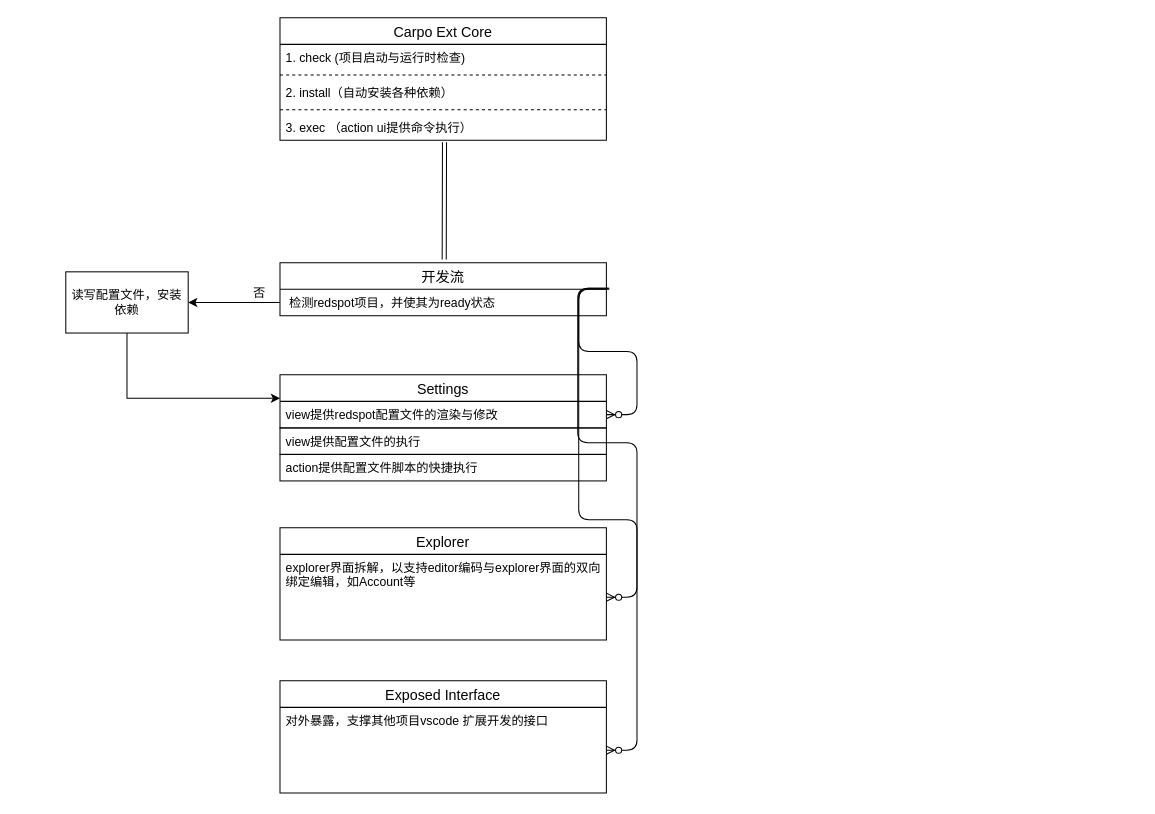
The draw.io diagram carpo.drawio in xsteadybcgo/notes, before the edit. Source tidied: cells renumbered, new cells numbered last; positions are measured from the earlier drawing's top-left corner, leaving out a move shared by most shapes. Both pictures are drawn from the tidied source at 102%, with x=0, y=0 at pixel (65, 17).
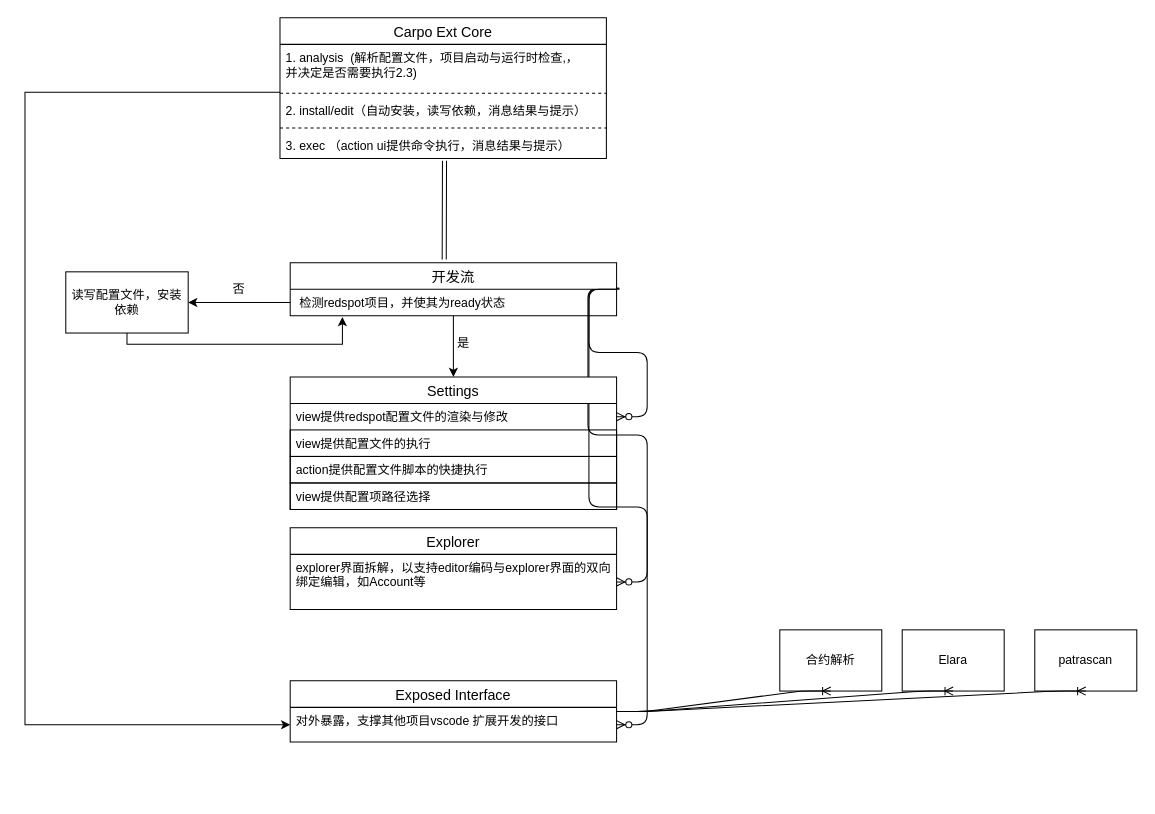
The same page after the edit.

The change refers to these unchanged cells:
```xml
<mxCell id="14" value="读写配置文件，安装依赖" style="rounded=0;whiteSpace=wrap;html=1;gradientColor=#ffffff;" parent="1" vertex="1">
  <mxGeometry y="249" width="120" height="60" as="geometry" />
</mxCell>
<mxCell id="16" value="view提供redspot配置文件的渲染与修改" style="text;strokeColor=none;fillColor=none;spacingLeft=4;spacingRight=4;overflow=hidden;points=[[0,0.5],[1,0.5]];portConstraint=eastwest;fontSize=12;" parent="15" vertex="1">
  <mxGeometry y="26" width="320" height="26" as="geometry" />
</mxCell>
```

What changed in the source:
```diff
@@
     <mxCell id="3" value="Carpo Ext Core" style="swimlane;fontStyle=0;horizontal=1;startSize=26;align=center;fontSize=14;" parent="1" vertex="1">
-      <mxGeometry x="210" width="320" height="120" as="geometry" />
+      <mxGeometry x="210" width="320" height="138" as="geometry" />
     </mxCell>
-    <mxCell id="4" value="1. check (项目启动与运行时检查)" style="text;strokeColor=none;fillColor=none;spacingLeft=4;spacingRight=4;overflow=hidden;fontSize=12;" parent="3" vertex="1">
-      <mxGeometry y="26" width="320" height="26" as="geometry" />
+    <mxCell id="4" value="1. analysis  (解析配置文件，项目启动与运行时检查,，&#10;并决定是否需要执行2.3)" style="text;strokeColor=none;fillColor=none;spacingLeft=4;spacingRight=4;overflow=hidden;fontSize=12;" parent="3" vertex="1">
+      <mxGeometry y="26" width="320" height="44" as="geometry" />
     </mxCell>
     <mxCell id="5" style="line;strokeWidth=1;fillColor=none;align=left;verticalAlign=middle;spacingTop=-1;spacingLeft=3;spacingRight=3;labelPosition=right;fontSize=12;dashed=1;" parent="3" vertex="1">
-      <mxGeometry y="52" width="320" height="8" as="geometry" />
+      <mxGeometry y="70" width="320" height="8" as="geometry" />
     </mxCell>
-    <mxCell id="6" value="2. install（自动安装各种依赖）" style="text;strokeColor=none;fillColor=none;spacingLeft=4;spacingRight=4;overflow=hidden;fontSize=12;" parent="3" vertex="1">
-      <mxGeometry y="60" width="320" height="26" as="geometry" />
+    <mxCell id="6" value="2. install/edit（自动安装，读写依赖，消息结果与提示）" style="text;strokeColor=none;fillColor=none;spacingLeft=4;spacingRight=4;overflow=hidden;fontSize=12;" parent="3" vertex="1">
+      <mxGeometry y="78" width="320" height="26" as="geometry" />
     </mxCell>
     <mxCell id="7" style="line;strokeWidth=1;fillColor=none;align=left;verticalAlign=middle;spacingTop=-1;spacingLeft=3;spacingRight=3;labelPosition=right;fontSize=12;dashed=1;" parent="3" vertex="1">
-      <mxGeometry y="86" width="320" height="8" as="geometry" />
+      <mxGeometry y="104" width="320" height="8" as="geometry" />
     </mxCell>
-    <mxCell id="8" value="3. exec （action ui提供命令执行）" style="text;strokeColor=none;fillColor=none;spacingLeft=4;spacingRight=4;overflow=hidden;points=[[0,0.5],[1,0.5]];portConstraint=eastwest;fontSize=12;" parent="3" vertex="1">
-      <mxGeometry y="94" width="320" height="26" as="geometry" />
+    <mxCell id="8" value="3. exec （action ui提供命令执行，消息结果与提示）" style="text;strokeColor=none;fillColor=none;spacingLeft=4;spacingRight=4;overflow=hidden;points=[[0,0.5],[1,0.5]];portConstraint=eastwest;fontSize=12;" parent="3" vertex="1">
+      <mxGeometry y="112" width="320" height="26" as="geometry" />
     </mxCell>
-    <mxCell id="9" value="开发流" style="swimlane;fontStyle=0;horizontal=1;startSize=26;align=center;fontSize=14;" parent="1" vertex="1">
-      <mxGeometry x="210" y="240" width="320" height="52" as="geometry" />
-    </mxCell>
-    <mxCell id="10" value=" 检测redspot项目，并使其为ready状态" style="text;strokeColor=none;fillColor=none;spacingLeft=4;spacingRight=4;overflow=hidden;points=[[0,0.5],[1,0.5]];portConstraint=eastwest;fontSize=12;" parent="9" vertex="1">
-      <mxGeometry y="26" width="320" height="26" as="geometry" />
-    </mxCell>
@@
     <mxCell id="12" value="否" style="text;html=1;strokeColor=none;fillColor=none;align=center;verticalAlign=middle;whiteSpace=wrap;rounded=0;" parent="1" vertex="1">
-      <mxGeometry x="170" y="260" width="40" height="20" as="geometry" />
+      <mxGeometry x="150" y="256" width="40" height="20" as="geometry" />
     </mxCell>
-    <mxCell id="13" style="edgeStyle=orthogonalEdgeStyle;rounded=0;jettySize=auto;html=1;entryX=0;entryY=0.5;entryDx=0;entryDy=0;" parent="1" edge="1" source="14">
+    <mxCell id="13" style="edgeStyle=orthogonalEdgeStyle;rounded=0;jettySize=auto;html=1;entryX=0.16;entryY=1.051;entryDx=0;entryDy=0;entryPerimeter=0;" parent="1" edge="1" source="14" target="10">
       <mxGeometry relative="1" as="geometry">
-        <mxPoint x="210" y="373" as="targetPoint" />
         <Array as="points">
-          <mxPoint x="60" y="373" />
+          <mxPoint x="60" y="320" />
+          <mxPoint x="271" y="320" />
         </Array>
       </mxGeometry>
     </mxCell>
@@
+    <mxCell id="21" style="edgeStyle=entityRelationEdgeStyle;fontSize=12;html=1;endArrow=ERzeroToMany;endFill=1;exitX=1.009;exitY=-0.038;exitDx=0;exitDy=0;exitPerimeter=0;" parent="1" edge="1" source="10" target="16">
+      <mxGeometry relative="1" as="geometry" />
+    </mxCell>
+    <mxCell id="22" style="edgeStyle=entityRelationEdgeStyle;fontSize=12;html=1;endArrow=ERzeroToMany;endFill=1;exitX=1.006;exitY=-0.038;exitDx=0;exitDy=0;exitPerimeter=0;" parent="1" edge="1" source="10" target="20">
+      <mxGeometry relative="1" as="geometry" />
+    </mxCell>
+    <mxCell id="9" value="开发流" style="swimlane;fontStyle=0;horizontal=1;startSize=26;align=center;fontSize=14;" parent="1" vertex="1">
+      <mxGeometry x="220" y="240" width="320" height="52" as="geometry" />
+    </mxCell>
+    <mxCell id="10" value=" 检测redspot项目，并使其为ready状态" style="text;strokeColor=none;fillColor=none;spacingLeft=4;spacingRight=4;overflow=hidden;points=[[0,0.5],[1,0.5]];portConstraint=eastwest;fontSize=12;" parent="9" vertex="1">
+      <mxGeometry y="26" width="320" height="26" as="geometry" />
+    </mxCell>
+    <mxCell id="25" style="edgeStyle=entityRelationEdgeStyle;fontSize=12;html=1;endArrow=ERzeroToMany;endFill=1;exitX=1.009;exitY=0;exitDx=0;exitDy=0;exitPerimeter=0;" parent="1" edge="1" source="10" target="24">
+      <mxGeometry relative="1" as="geometry" />
+    </mxCell>
+    <mxCell id="26" value="patrascan" style="whiteSpace=wrap;html=1;align=center;verticalAlign=middle;newEdgeStyle={&quot;edgeStyle&quot;:&quot;elbowEdgeStyle&quot;,&quot;startArrow&quot;:&quot;none&quot;,&quot;endArrow&quot;:&quot;none&quot;};" parent="1" vertex="1">
+      <mxGeometry x="950" y="600" width="100" height="60" as="geometry" />
+    </mxCell>
+    <mxCell id="27" value="合约解析" style="whiteSpace=wrap;html=1;align=center;verticalAlign=middle;newEdgeStyle={&quot;edgeStyle&quot;:&quot;elbowEdgeStyle&quot;,&quot;startArrow&quot;:&quot;none&quot;,&quot;endArrow&quot;:&quot;none&quot;};" parent="1" vertex="1" collapsed="1">
+      <mxGeometry x="700" y="600" width="100" height="60" as="geometry" />
+    </mxCell>
+    <mxCell id="28" value="Elara" style="whiteSpace=wrap;html=1;align=center;verticalAlign=middle;newEdgeStyle={&quot;edgeStyle&quot;:&quot;elbowEdgeStyle&quot;,&quot;startArrow&quot;:&quot;none&quot;,&quot;endArrow&quot;:&quot;none&quot;};" parent="1" vertex="1">
+      <mxGeometry x="820" y="600" width="100" height="60" as="geometry" />
+    </mxCell>
+    <mxCell id="29" style="endArrow=classic;html=1;entryX=0.5;entryY=0;entryDx=0;entryDy=0;exitX=0.5;exitY=1;exitDx=0;exitDy=0;" parent="1" edge="1" source="9" target="15">
+      <mxGeometry relative="1" as="geometry" />
+    </mxCell>
+    <mxCell id="30" value="是" style="text;html=1;strokeColor=none;fillColor=none;align=center;verticalAlign=middle;whiteSpace=wrap;rounded=0;" parent="1" vertex="1">
+      <mxGeometry x="370" y="309" width="40" height="20" as="geometry" />
+    </mxCell>
+    <mxCell id="31" style="edgeStyle=orthogonalEdgeStyle;rounded=0;jettySize=auto;html=1;entryX=0;entryY=0.5;entryDx=0;entryDy=0;" parent="1" edge="1" source="3" target="24">
+      <mxGeometry relative="1" as="geometry">
+        <Array as="points">
+          <mxPoint x="-40" y="73" />
+          <mxPoint x="-40" y="693" />
+        </Array>
+      </mxGeometry>
+    </mxCell>
     <mxCell id="15" value="Settings" style="swimlane;fontStyle=0;horizontal=1;startSize=26;align=center;fontSize=14;" parent="1" vertex="1">
-      <mxGeometry x="210" y="350" width="320" height="52" as="geometry" />
+      <mxGeometry x="220" y="352" width="320" height="130" as="geometry" />
     </mxCell>
@@
-    <mxCell id="17" value="view提供配置文件的执行" style="text;strokeColor=#000000;fillColor=none;spacingLeft=4;spacingRight=4;overflow=hidden;fontSize=12;" parent="1" vertex="1">
-      <mxGeometry x="210" y="402" width="320" height="26" as="geometry" />
+    <mxCell id="17" value="view提供配置文件的执行" style="text;strokeColor=#000000;fillColor=none;spacingLeft=4;spacingRight=4;overflow=hidden;fontSize=12;" parent="15" vertex="1">
+      <mxGeometry y="52" width="320" height="26" as="geometry" />
     </mxCell>
-    <mxCell id="18" value="action提供配置文件脚本的快捷执行" style="text;strokeColor=#000000;fillColor=none;spacingLeft=4;spacingRight=4;overflow=hidden;fontSize=12;" parent="1" vertex="1">
-      <mxGeometry x="210" y="428" width="320" height="26" as="geometry" />
+    <mxCell id="18" value="action提供配置文件脚本的快捷执行" style="text;strokeColor=#000000;fillColor=none;spacingLeft=4;spacingRight=4;overflow=hidden;fontSize=12;" parent="15" vertex="1">
+      <mxGeometry y="78" width="320" height="26" as="geometry" />
     </mxCell>
+    <mxCell id="32" value="view提供配置项路径选择" style="text;strokeColor=#000000;fillColor=none;spacingLeft=4;spacingRight=4;overflow=hidden;fontSize=12;" parent="15" vertex="1">
+      <mxGeometry y="104" width="320" height="26" as="geometry" />
+    </mxCell>
     <mxCell id="19" value="Explorer" style="swimlane;fontStyle=0;horizontal=1;startSize=26;align=center;fontSize=14;" parent="1" vertex="1">
-      <mxGeometry x="210" y="500" width="320" height="110" as="geometry" />
+      <mxGeometry x="220" y="500" width="320" height="80" as="geometry" />
     </mxCell>
     <mxCell id="20" value="explorer界面拆解，以支持editor编码与explorer界面的双向&#10;绑定编辑，如Account等" style="text;strokeColor=none;fillColor=none;spacingLeft=4;spacingRight=4;overflow=hidden;points=[[0,0.5],[1,0.5]];portConstraint=eastwest;fontSize=12;" parent="19" vertex="1">
-      <mxGeometry y="26" width="320" height="84" as="geometry" />
+      <mxGeometry y="26" width="320" height="54" as="geometry" />
     </mxCell>
-    <mxCell id="21" style="edgeStyle=entityRelationEdgeStyle;fontSize=12;html=1;endArrow=ERzeroToMany;endFill=1;exitX=1.009;exitY=-0.038;exitDx=0;exitDy=0;exitPerimeter=0;" parent="1" edge="1" source="10" target="16">
-      <mxGeometry relative="1" as="geometry" />
-    </mxCell>
-    <mxCell id="22" style="edgeStyle=entityRelationEdgeStyle;fontSize=12;html=1;endArrow=ERzeroToMany;endFill=1;exitX=1.006;exitY=-0.038;exitDx=0;exitDy=0;exitPerimeter=0;" parent="1" edge="1" source="10" target="20">
-      <mxGeometry relative="1" as="geometry" />
-    </mxCell>
     <mxCell id="23" value="Exposed Interface" style="swimlane;fontStyle=0;horizontal=1;startSize=26;align=center;fontSize=14;" parent="1" vertex="1">
-      <mxGeometry x="210" y="650" width="320" height="110" as="geometry" />
+      <mxGeometry x="220" y="650" width="320" height="60" as="geometry" />
     </mxCell>
     <mxCell id="24" value="对外暴露，支撑其他项目vscode 扩展开发的接口" style="text;strokeColor=none;fillColor=none;spacingLeft=4;spacingRight=4;overflow=hidden;points=[[0,0.5],[1,0.5]];portConstraint=eastwest;fontSize=12;" parent="23" vertex="1">
-      <mxGeometry y="26" width="320" height="84" as="geometry" />
+      <mxGeometry y="26" width="320" height="34" as="geometry" />
     </mxCell>
-    <mxCell id="25" style="edgeStyle=entityRelationEdgeStyle;fontSize=12;html=1;endArrow=ERzeroToMany;endFill=1;exitX=1.009;exitY=0;exitDx=0;exitDy=0;exitPerimeter=0;" parent="1" edge="1" source="10" target="24">
-      <mxGeometry relative="1" as="geometry" />
-    </mxCell>
+    <mxCell id="33" style="edgeStyle=entityRelationEdgeStyle;fontSize=12;html=1;endArrow=ERoneToMany;entryX=0.5;entryY=1;entryDx=0;entryDy=0;exitX=1;exitY=0.5;exitDx=0;exitDy=0;" parent="1" edge="1" source="23" target="27">
+      <mxGeometry relative="1" as="geometry" />
+    </mxCell>
+    <mxCell id="34" style="edgeStyle=entityRelationEdgeStyle;fontSize=12;html=1;endArrow=ERoneToMany;entryX=0.5;entryY=1;entryDx=0;entryDy=0;" parent="1" edge="1" source="23" target="26">
+      <mxGeometry relative="1" as="geometry" />
+    </mxCell>
+    <mxCell id="35" style="edgeStyle=entityRelationEdgeStyle;fontSize=12;html=1;endArrow=ERoneToMany;entryX=0.5;entryY=1;entryDx=0;entryDy=0;" parent="1" edge="1" source="23" target="28">
+      <mxGeometry relative="1" as="geometry" />
+    </mxCell>
```
